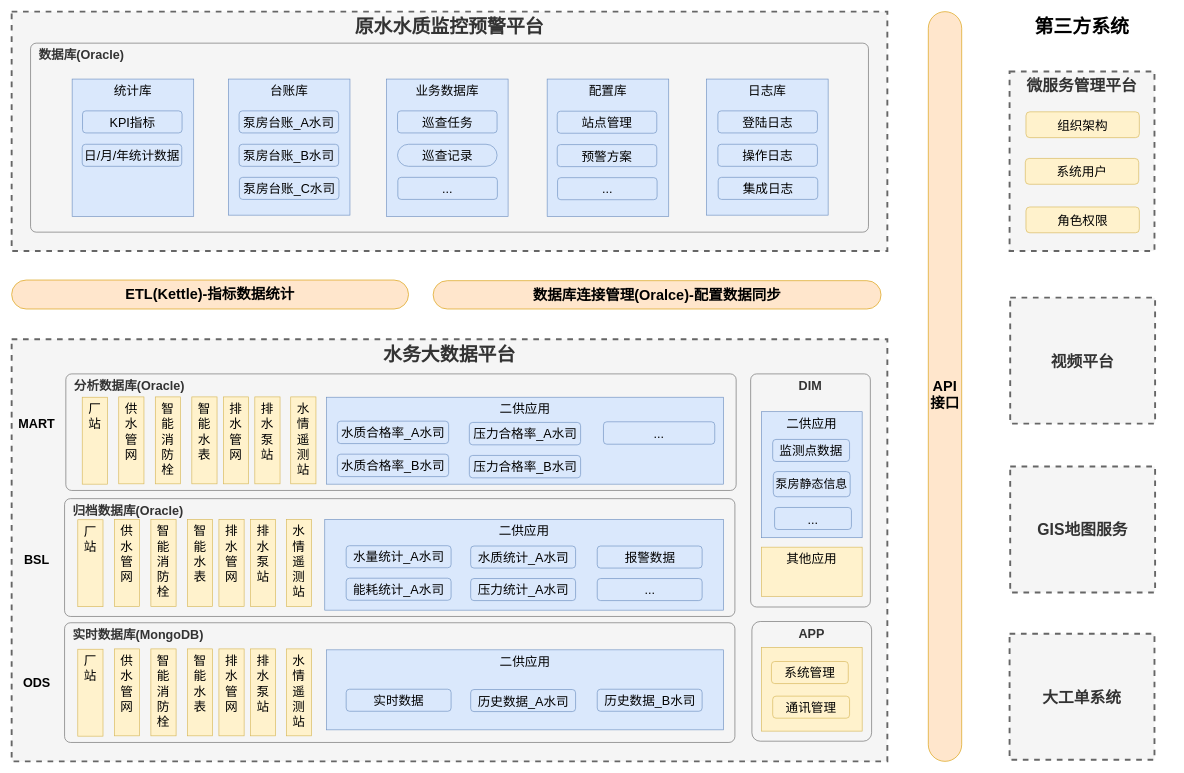
lpeng589/draw keeps this draw.io diagram as page "原水-数据架构" (2 of 2) of 二供数据架构.drawio. Above is the earlier version. Source tidied: cells renumbered, new cells numbered last; positions are measured from the earlier drawing's top-left corner, leaving out a move shared by most shapes. Both pictures are drawn from the tidied source at 63%, with x=0, y=0 at pixel (11, 11).
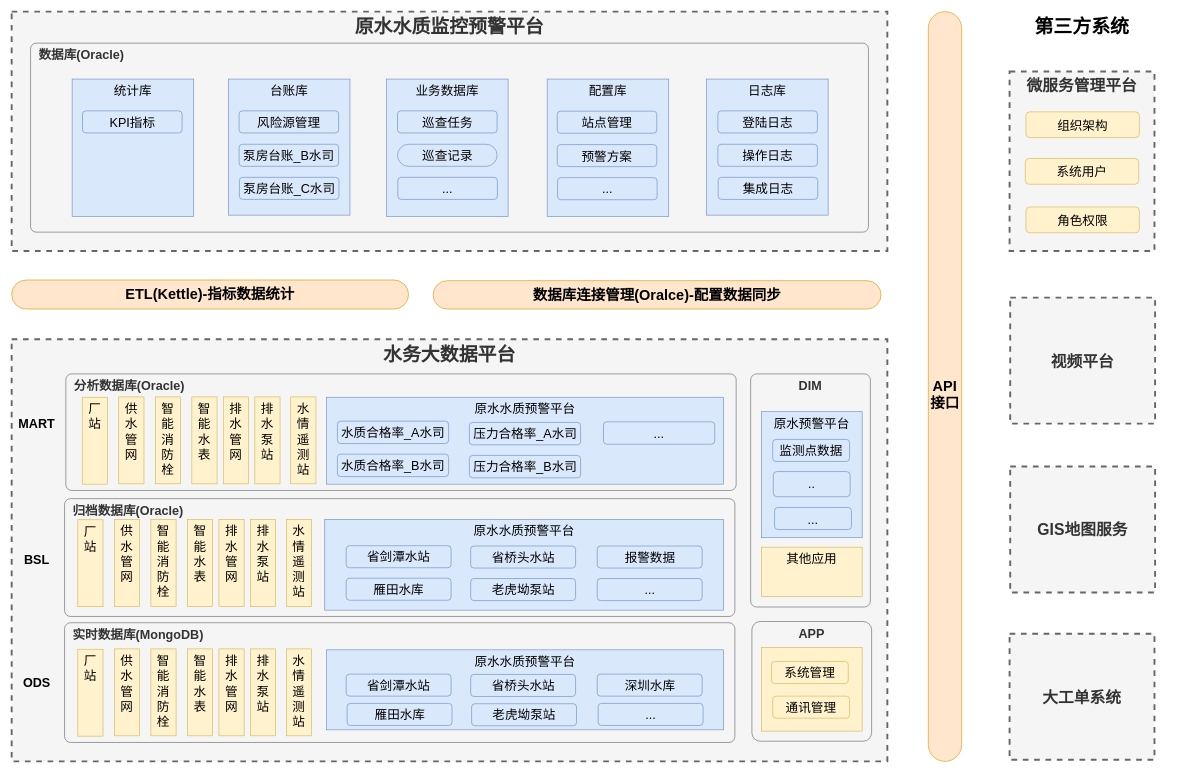
Above is the later version.

Commit message (it also covers changes not shown here):
Update 二供数据架构.drawio

Diff of the diagram source:
```diff
@@
-    <mxCell id="12" value="二供应用" style="rounded=0;whiteSpace=wrap;html=1;align=center;verticalAlign=top;fontStyle=0;fontSize=20;fillColor=#dae8fc;strokeColor=#6c8ebf;" parent="1" vertex="1">
+    <mxCell id="12" value="原水水质预警平台" style="rounded=0;whiteSpace=wrap;html=1;align=center;verticalAlign=top;fontStyle=0;fontSize=20;fillColor=#dae8fc;strokeColor=#6c8ebf;" parent="1" vertex="1">
       <mxGeometry x="500" y="612" width="630" height="138" as="geometry" />
     </mxCell>
-    <mxCell id="13" value="二供应用" style="rounded=0;whiteSpace=wrap;html=1;align=center;verticalAlign=top;fontStyle=0;fontSize=20;fillColor=#dae8fc;strokeColor=#6c8ebf;" parent="1" vertex="1">
+    <mxCell id="13" value="原水水质预警平台" style="rounded=0;whiteSpace=wrap;html=1;align=center;verticalAlign=top;fontStyle=0;fontSize=20;fillColor=#dae8fc;strokeColor=#6c8ebf;" parent="1" vertex="1">
       <mxGeometry x="497" y="806" width="633" height="144" as="geometry" />
     </mxCell>
-    <mxCell id="14" value="二供应用" style="rounded=0;whiteSpace=wrap;html=1;align=center;verticalAlign=top;fontStyle=0;fontSize=20;fillColor=#dae8fc;strokeColor=#6c8ebf;" parent="1" vertex="1">
+    <mxCell id="14" value="原水水质预警平台" style="rounded=0;whiteSpace=wrap;html=1;align=center;verticalAlign=top;fontStyle=0;fontSize=20;fillColor=#dae8fc;strokeColor=#6c8ebf;" parent="1" vertex="1">
       <mxGeometry x="500" y="1013" width="630" height="127" as="geometry" />
     </mxCell>
@@
-    <mxCell id="39" value="二供应用" style="rounded=0;whiteSpace=wrap;html=1;align=center;verticalAlign=top;fontStyle=0;fontSize=20;fillColor=#dae8fc;strokeColor=#6c8ebf;" parent="1" vertex="1">
+    <mxCell id="39" value="原水预警平台" style="rounded=0;whiteSpace=wrap;html=1;align=center;verticalAlign=top;fontStyle=0;fontSize=20;fillColor=#dae8fc;strokeColor=#6c8ebf;" parent="1" vertex="1">
       <mxGeometry x="1190" y="635" width="160" height="200" as="geometry" />
     </mxCell>
@@
-    <mxCell id="57" value="日/月/年统计数据" style="rounded=1;whiteSpace=wrap;html=1;fontSize=20;strokeColor=#6c8ebf;fillColor=#dae8fc;" parent="1" vertex="1">
-      <mxGeometry x="112" y="210.5" width="158" height="35" as="geometry" />
-    </mxCell>
-    <mxCell id="58" value="泵房台账_A水司" style="rounded=1;whiteSpace=wrap;html=1;fontSize=20;strokeColor=#6c8ebf;fillColor=#dae8fc;" parent="1" vertex="1">
+    <mxCell id="58" value="风险源管理" style="rounded=1;whiteSpace=wrap;html=1;fontSize=20;strokeColor=#6c8ebf;fillColor=#dae8fc;" parent="1" vertex="1">
       <mxGeometry x="361" y="157.5" width="158" height="35" as="geometry" />
     </mxCell>
@@
-    <mxCell id="70" value="水量统计_A水司" style="rounded=1;whiteSpace=wrap;html=1;fontSize=20;strokeColor=#6c8ebf;fillColor=#dae8fc;" parent="1" vertex="1">
+    <mxCell id="70" value="省剑潭水站" style="rounded=1;whiteSpace=wrap;html=1;fontSize=20;strokeColor=#6c8ebf;fillColor=#dae8fc;" parent="1" vertex="1">
       <mxGeometry x="531" y="847.7" width="166.5" height="35" as="geometry" />
     </mxCell>
-    <mxCell id="71" value="能耗统计_A水司" style="rounded=1;whiteSpace=wrap;html=1;fontSize=20;strokeColor=#6c8ebf;fillColor=#dae8fc;" parent="1" vertex="1">
+    <mxCell id="71" value="雁田水库" style="rounded=1;whiteSpace=wrap;html=1;fontSize=20;strokeColor=#6c8ebf;fillColor=#dae8fc;" parent="1" vertex="1">
       <mxGeometry x="531" y="899.3" width="166.5" height="35" as="geometry" />
     </mxCell>
-    <mxCell id="72" value="水质统计_A水司" style="rounded=1;whiteSpace=wrap;html=1;fontSize=20;strokeColor=#6c8ebf;fillColor=#dae8fc;" parent="1" vertex="1">
+    <mxCell id="72" value="省桥头水站" style="rounded=1;whiteSpace=wrap;html=1;fontSize=20;strokeColor=#6c8ebf;fillColor=#dae8fc;" parent="1" vertex="1">
       <mxGeometry x="728.6" y="848.2" width="166.5" height="35" as="geometry" />
     </mxCell>
-    <mxCell id="73" value="压力统计_A水司" style="rounded=1;whiteSpace=wrap;html=1;fontSize=20;strokeColor=#6c8ebf;fillColor=#dae8fc;" parent="1" vertex="1">
+    <mxCell id="73" value="老虎坳泵站" style="rounded=1;whiteSpace=wrap;html=1;fontSize=20;strokeColor=#6c8ebf;fillColor=#dae8fc;" parent="1" vertex="1">
       <mxGeometry x="728.6" y="899.8" width="166.5" height="35" as="geometry" />
     </mxCell>
@@
-    <mxCell id="76" value="实时数据" style="rounded=1;whiteSpace=wrap;html=1;fontSize=20;strokeColor=#6c8ebf;fillColor=#dae8fc;" parent="1" vertex="1">
-      <mxGeometry x="531" y="1075.5" width="166.5" height="35" as="geometry" />
+    <mxCell id="76" value="省剑潭水站" style="rounded=1;whiteSpace=wrap;html=1;fontSize=20;strokeColor=#6c8ebf;fillColor=#dae8fc;" parent="1" vertex="1">
+      <mxGeometry x="531" y="1051.5" width="166.5" height="35" as="geometry" />
     </mxCell>
-    <mxCell id="77" value="历史数据_A水司" style="rounded=1;whiteSpace=wrap;html=1;fontSize=20;strokeColor=#6c8ebf;fillColor=#dae8fc;" parent="1" vertex="1">
-      <mxGeometry x="728.6" y="1076" width="166.5" height="35" as="geometry" />
+    <mxCell id="77" value="省桥头水站" style="rounded=1;whiteSpace=wrap;html=1;fontSize=20;strokeColor=#6c8ebf;fillColor=#dae8fc;" parent="1" vertex="1">
+      <mxGeometry x="728.6" y="1052" width="166.5" height="35" as="geometry" />
     </mxCell>
-    <mxCell id="78" value="历史数据_B水司" style="rounded=1;whiteSpace=wrap;html=1;fontSize=20;strokeColor=#6c8ebf;fillColor=#dae8fc;" parent="1" vertex="1">
-      <mxGeometry x="929.5" y="1075.5" width="166.5" height="35" as="geometry" />
+    <mxCell id="78" value="深圳水库" style="rounded=1;whiteSpace=wrap;html=1;fontSize=20;strokeColor=#6c8ebf;fillColor=#dae8fc;" parent="1" vertex="1">
+      <mxGeometry x="929.5" y="1051.5" width="166.5" height="35" as="geometry" />
     </mxCell>
@@
-    <mxCell id="80" value="泵房静态信息" style="rounded=1;whiteSpace=wrap;html=1;fontSize=19;strokeColor=#6c8ebf;fillColor=#dae8fc;" parent="1" vertex="1">
+    <mxCell id="80" value=".." style="rounded=1;whiteSpace=wrap;html=1;fontSize=19;strokeColor=#6c8ebf;fillColor=#dae8fc;" parent="1" vertex="1">
       <mxGeometry x="1209" y="730" width="122" height="40" as="geometry" />
     </mxCell>
@@
+    <mxCell id="89" value="雁田水库" style="rounded=1;whiteSpace=wrap;html=1;fontSize=20;strokeColor=#6c8ebf;fillColor=#dae8fc;" parent="1" vertex="1">
+      <mxGeometry x="532.5" y="1098" width="166.5" height="35" as="geometry" />
+    </mxCell>
+    <mxCell id="90" value="老虎坳泵站" style="rounded=1;whiteSpace=wrap;html=1;fontSize=20;strokeColor=#6c8ebf;fillColor=#dae8fc;" parent="1" vertex="1">
+      <mxGeometry x="730.1" y="1098.5" width="166.5" height="35" as="geometry" />
+    </mxCell>
+    <mxCell id="91" value="..." style="rounded=1;whiteSpace=wrap;html=1;fontSize=20;strokeColor=#6c8ebf;fillColor=#dae8fc;" parent="1" vertex="1">
+      <mxGeometry x="931" y="1098" width="166.5" height="35" as="geometry" />
+    </mxCell>
```
